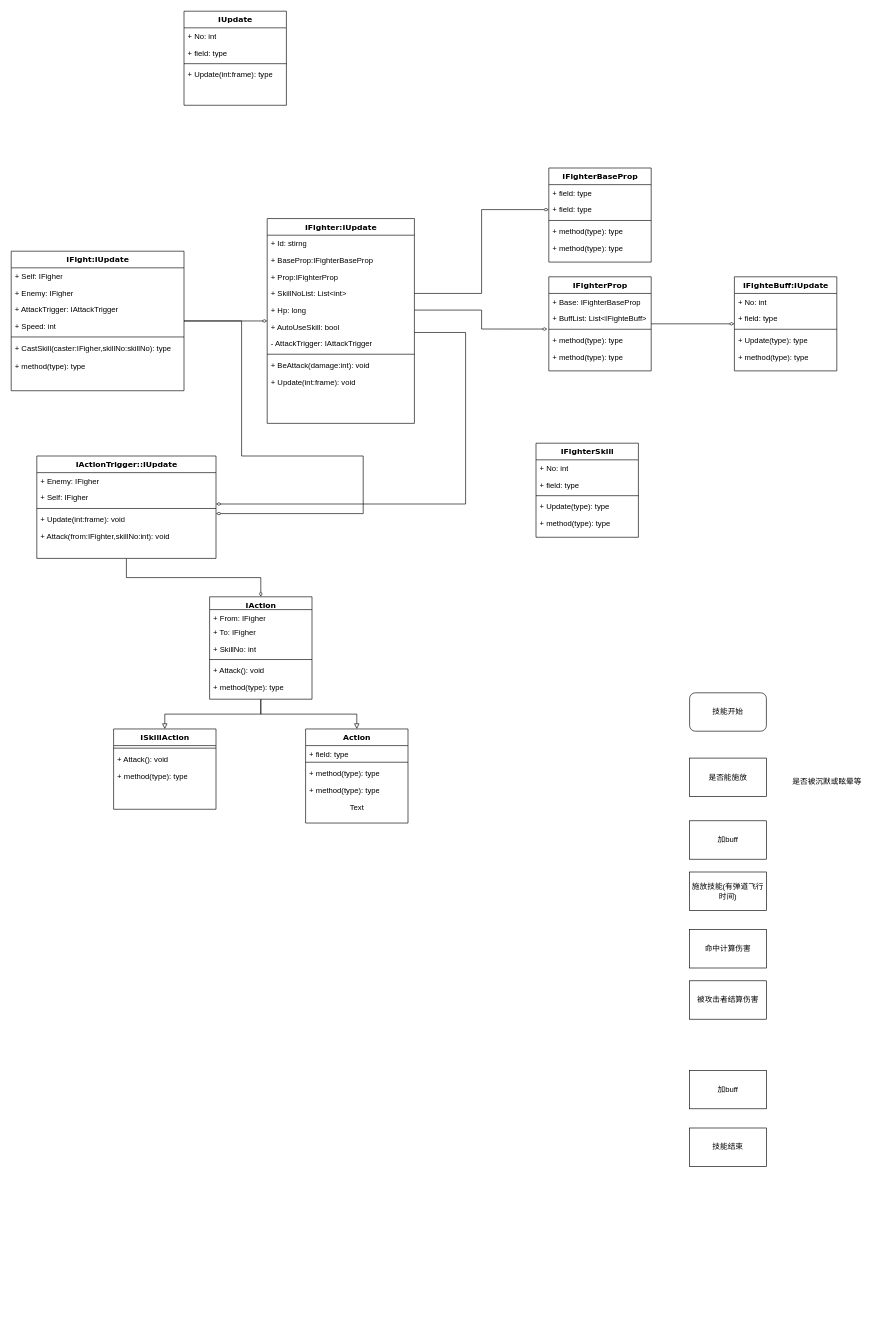
Earlier version of the draw.io diagram Untitled Diagram.drawio (LqMask/Draw). Source tidied: cells renumbered, new cells numbered last; positions are measured from the earlier drawing's top-left corner, leaving out a move shared by most shapes. Both pictures are drawn from the tidied source at 64%, with x=0, y=0 at pixel (11, 11).
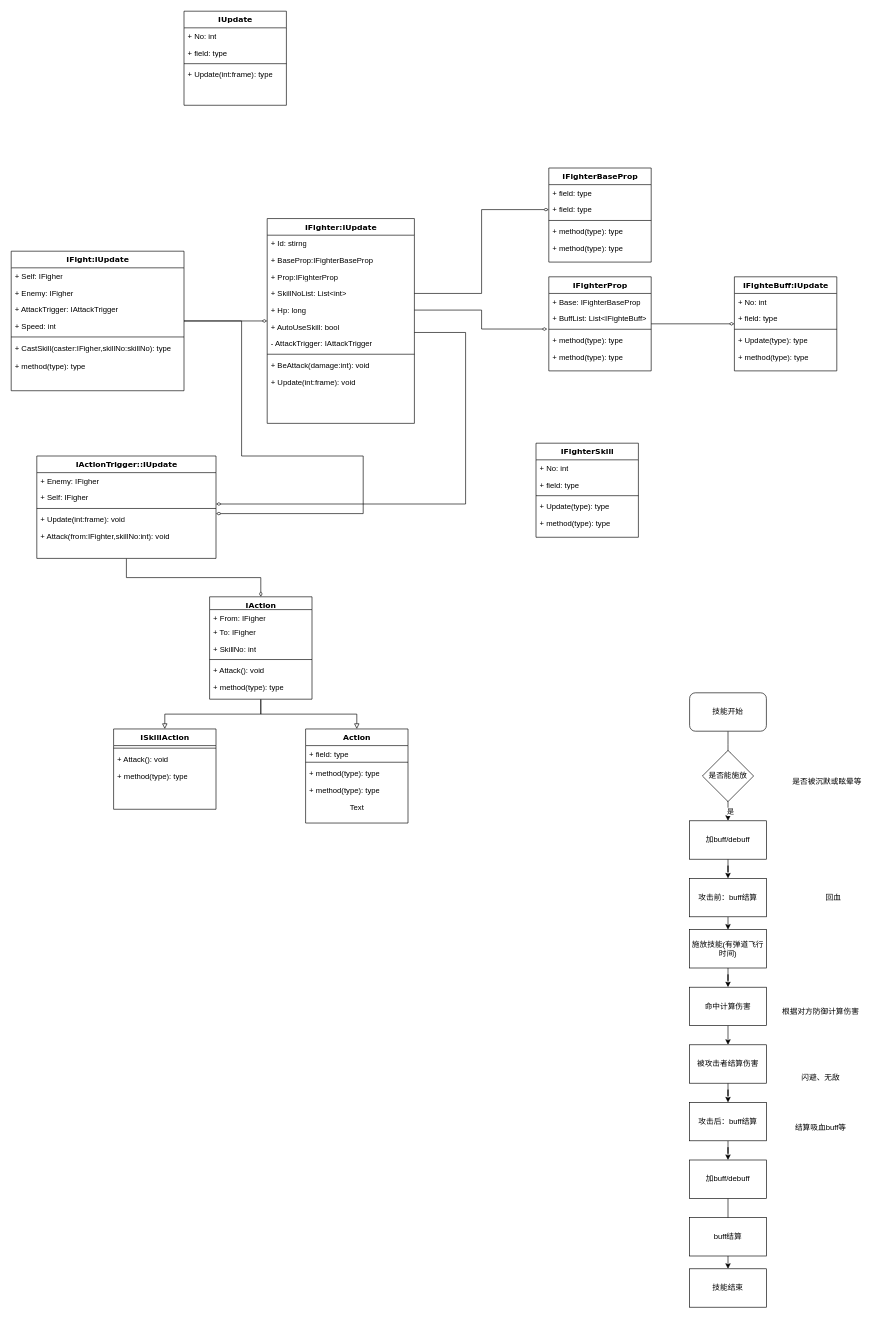
Above is the later version.

The change refers to these unchanged cells:
```xml
<mxCell id="82" value="技能开始" style="rounded=1;whiteSpace=wrap;html=1;" parent="1" vertex="1">
  <mxGeometry x="1060" y="1065" width="120" height="60" as="geometry" />
</mxCell>
```

Change to the diagram source:
```diff
@@
+    <mxCell id="91" style="edgeStyle=orthogonalEdgeStyle;rounded=0;jettySize=auto;html=1;entryX=0.5;entryY=0;entryDx=0;entryDy=0;" parent="1" edge="1" source="82">
+      <mxGeometry relative="1" as="geometry">
+        <mxPoint x="1120" y="1167" as="targetPoint" />
+      </mxGeometry>
+    </mxCell>
@@
-    <mxCell id="83" value="是否能施放" style="rounded=0;whiteSpace=wrap;html=1;" parent="1" vertex="1">
-      <mxGeometry x="1060" y="1167" width="120" height="60" as="geometry" />
-    </mxCell>
+    <mxCell id="92" style="edgeStyle=orthogonalEdgeStyle;rounded=0;jettySize=auto;html=1;entryX=0.5;entryY=0;entryDx=0;entryDy=0;" parent="1" edge="1" target="84">
+      <mxGeometry relative="1" as="geometry">
+        <mxPoint x="1120" y="1227" as="sourcePoint" />
+        <Array as="points">
+          <mxPoint x="1120" y="1255" />
+          <mxPoint x="1120" y="1255" />
+        </Array>
+      </mxGeometry>
+    </mxCell>
+    <mxCell id="93" value="是" style="edgeLabel;html=1;align=center;verticalAlign=middle;" parent="92" vertex="1">
+      <mxGeometry x="0.21" y="3" relative="1" as="geometry" />
+    </mxCell>
+    <mxCell id="94" style="edgeStyle=orthogonalEdgeStyle;rounded=0;jettySize=auto;html=1;entryX=0.5;entryY=0;entryDx=0;entryDy=0;" parent="1" edge="1" source="84" target="104">
+      <mxGeometry relative="1" as="geometry" />
+    </mxCell>
-    <mxCell id="84" value="加buff" style="rounded=0;whiteSpace=wrap;html=1;" parent="1" vertex="1">
+    <mxCell id="84" value="加buff/debuff" style="rounded=0;whiteSpace=wrap;html=1;" parent="1" vertex="1">
       <mxGeometry x="1060" y="1265" width="120" height="60" as="geometry" />
     </mxCell>
+    <mxCell id="95" style="edgeStyle=orthogonalEdgeStyle;rounded=0;jettySize=auto;html=1;exitX=0.5;exitY=1;exitDx=0;exitDy=0;entryX=0.5;entryY=0;entryDx=0;entryDy=0;" parent="1" edge="1" source="85" target="89">
+      <mxGeometry relative="1" as="geometry" />
+    </mxCell>
     <mxCell id="85" value="命中计算伤害" style="rounded=0;whiteSpace=wrap;html=1;" parent="1" vertex="1">
-      <mxGeometry x="1060" y="1435" width="120" height="60" as="geometry" />
+      <mxGeometry x="1060" y="1525" width="120" height="60" as="geometry" />
     </mxCell>
+    <mxCell id="96" style="edgeStyle=orthogonalEdgeStyle;rounded=0;jettySize=auto;html=1;entryX=0.5;entryY=0;entryDx=0;entryDy=0;" parent="1" edge="1" source="86" target="87">
+      <mxGeometry relative="1" as="geometry" />
+    </mxCell>
-    <mxCell id="86" value="加buff" style="rounded=0;whiteSpace=wrap;html=1;" parent="1" vertex="1">
-      <mxGeometry x="1060" y="1655" width="120" height="60" as="geometry" />
+    <mxCell id="86" value="加buff/debuff" style="rounded=0;whiteSpace=wrap;html=1;" parent="1" vertex="1">
+      <mxGeometry x="1060" y="1795" width="120" height="60" as="geometry" />
     </mxCell>
     <mxCell id="87" value="技能结束" style="rounded=0;whiteSpace=wrap;html=1;" parent="1" vertex="1">
-      <mxGeometry x="1060" y="1745" width="120" height="60" as="geometry" />
+      <mxGeometry x="1060" y="1965" width="120" height="60" as="geometry" />
     </mxCell>
+    <mxCell id="97" style="edgeStyle=orthogonalEdgeStyle;rounded=0;jettySize=auto;html=1;entryX=0.5;entryY=0;entryDx=0;entryDy=0;" parent="1" edge="1" source="88" target="85">
+      <mxGeometry relative="1" as="geometry" />
+    </mxCell>
     <mxCell id="88" value="施放技能(有弹道飞行时间)" style="rounded=0;whiteSpace=wrap;html=1;" parent="1" vertex="1">
-      <mxGeometry x="1060" y="1345" width="120" height="60" as="geometry" />
+      <mxGeometry x="1060" y="1435" width="120" height="60" as="geometry" />
     </mxCell>
+    <mxCell id="98" style="edgeStyle=orthogonalEdgeStyle;rounded=0;jettySize=auto;html=1;" parent="1" edge="1" source="89" target="100">
+      <mxGeometry relative="1" as="geometry" />
+    </mxCell>
     <mxCell id="89" value="被攻击者结算伤害" style="rounded=0;whiteSpace=wrap;html=1;" parent="1" vertex="1">
-      <mxGeometry x="1060" y="1515" width="120" height="60" as="geometry" />
+      <mxGeometry x="1060" y="1615" width="120" height="60" as="geometry" />
     </mxCell>
@@
+    <mxCell id="99" style="edgeStyle=orthogonalEdgeStyle;rounded=0;jettySize=auto;html=1;" parent="1" edge="1" source="100" target="86">
+      <mxGeometry relative="1" as="geometry" />
+    </mxCell>
+    <mxCell id="100" value="攻击后：buff结算" style="rounded=0;whiteSpace=wrap;html=1;" parent="1" vertex="1">
+      <mxGeometry x="1060" y="1705" width="120" height="60" as="geometry" />
+    </mxCell>
+    <mxCell id="101" value="闪避、无敌" style="text;strokeColor=none;align=center;fillColor=none;html=1;verticalAlign=middle;whiteSpace=wrap;rounded=0;" parent="1" vertex="1">
+      <mxGeometry x="1190" y="1645" width="150" height="43" as="geometry" />
+    </mxCell>
+    <mxCell id="102" value="结算吸血buff等" style="text;strokeColor=none;align=center;fillColor=none;html=1;verticalAlign=middle;whiteSpace=wrap;rounded=0;" parent="1" vertex="1">
+      <mxGeometry x="1190" y="1722" width="150" height="43" as="geometry" />
+    </mxCell>
+    <mxCell id="103" style="edgeStyle=orthogonalEdgeStyle;rounded=0;jettySize=auto;html=1;exitX=0.5;exitY=1;exitDx=0;exitDy=0;entryX=0.5;entryY=0;entryDx=0;entryDy=0;" parent="1" edge="1" source="104" target="88">
+      <mxGeometry relative="1" as="geometry" />
+    </mxCell>
+    <mxCell id="104" value="攻击前：buff结算" style="rounded=0;whiteSpace=wrap;html=1;" parent="1" vertex="1">
+      <mxGeometry x="1060" y="1355" width="120" height="60" as="geometry" />
+    </mxCell>
+    <mxCell id="105" value="根据对方防御计算伤害" style="text;strokeColor=none;align=center;fillColor=none;html=1;verticalAlign=middle;whiteSpace=wrap;rounded=0;" parent="1" vertex="1">
+      <mxGeometry x="1190" y="1542" width="150" height="43" as="geometry" />
+    </mxCell>
+    <mxCell id="106" value="回血" style="text;strokeColor=none;align=center;fillColor=none;html=1;verticalAlign=middle;whiteSpace=wrap;rounded=0;" parent="1" vertex="1">
+      <mxGeometry x="1210" y="1363.5" width="150" height="43" as="geometry" />
+    </mxCell>
+    <mxCell id="83" value="是否能施放" style="rhombus;whiteSpace=wrap;html=1;" parent="1" vertex="1">
+      <mxGeometry x="1080" y="1155" width="80" height="80" as="geometry" />
+    </mxCell>
+    <mxCell id="107" value="buff结算" style="rounded=0;whiteSpace=wrap;html=1;" parent="1" vertex="1">
+      <mxGeometry x="1060" y="1885" width="120" height="60" as="geometry" />
+    </mxCell>
```
